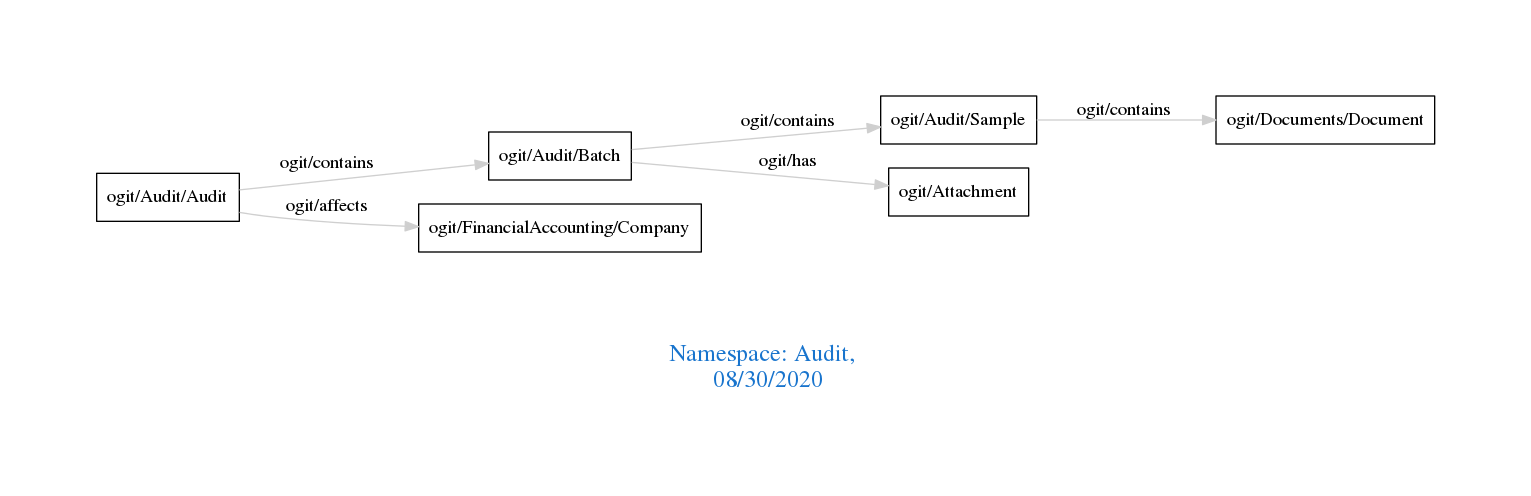
Earlier version of the Graphviz export downloads/Audit.png (arago/OGIT). Its source is kept beside it as downloads/Audit.dot.
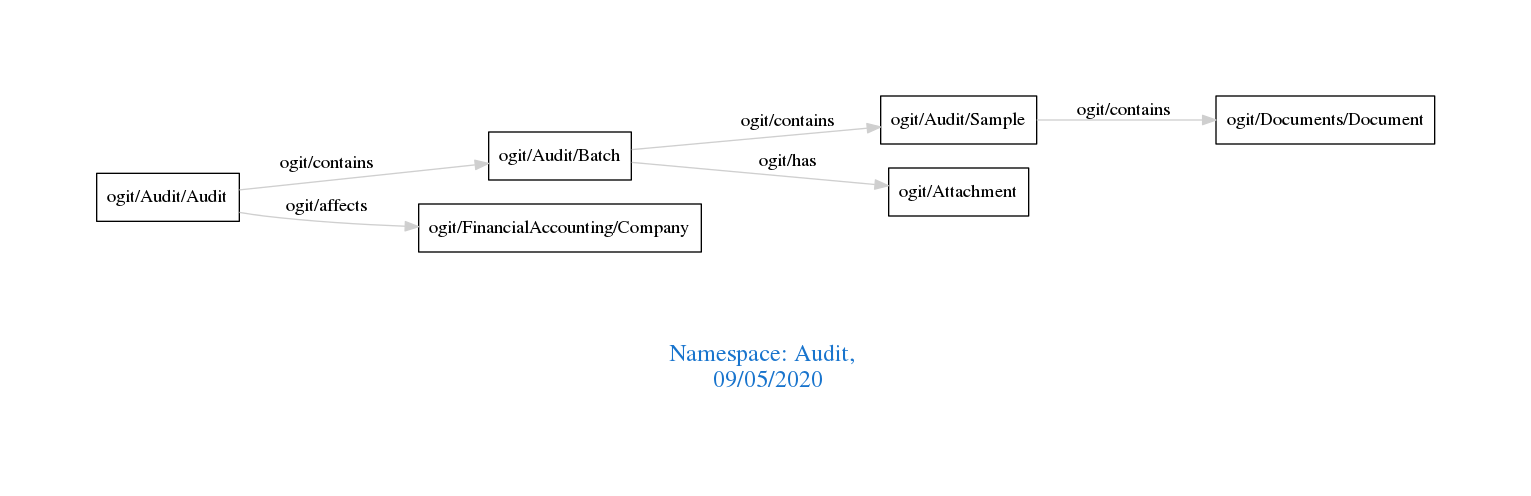
The same diagram one commit later.

What changed in the source:
```diff
@@ -1,7 +1,7 @@
 digraph OGIT_ontology {
  graph [ rankdir= LR,pad=1
 fontsize = 18,
-fontcolor= dodgerblue3,label = "\n\n\nNamespace: Audit, \n 08/30/2020"];
+fontcolor= dodgerblue3,label = "\n\n\nNamespace: Audit, \n 09/05/2020"];
 node[shape=polygon];
 edge [  color="gray81"];
 
```
